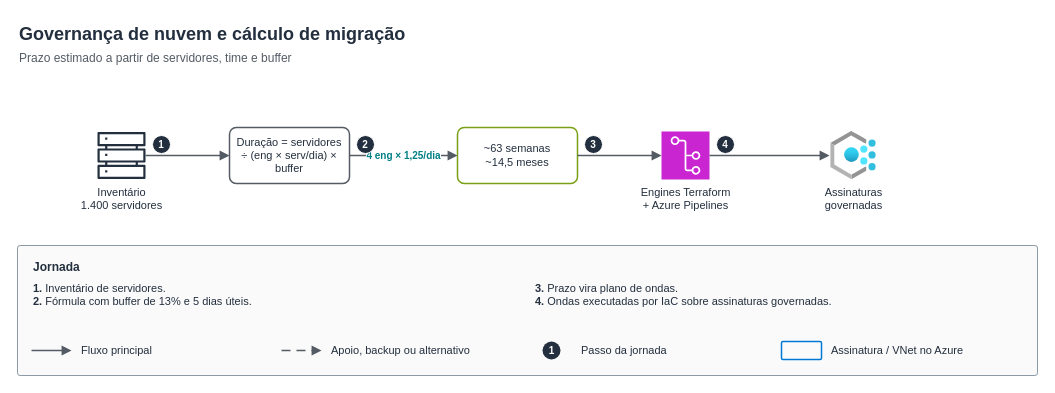
Before: page "PT · Governança de nuvem e cálculo de migração" (1 of 4) of labs/arquiteturas/seguradora/governanca-de-nuvem/desenho.drawio in Raphaelfcs/automacao_terraform, a draw.io diagram. Source tidied: cells renumbered, new cells numbered last; positions are measured from the earlier drawing's top-left corner, leaving out a move shared by most shapes. Both pictures are drawn from the tidied source at 100%, with x=0, y=0 at pixel (17, 17).
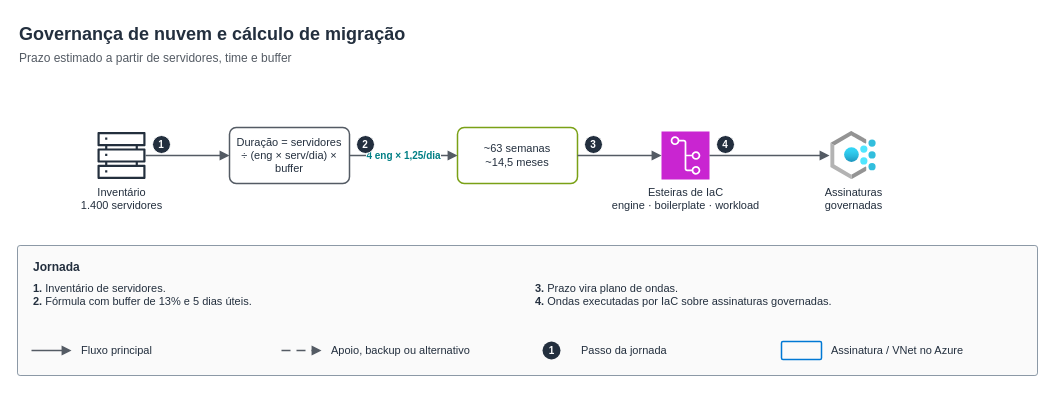
The same page after the edit.

Diff of the diagram source:
```diff
@@
-    <mxCell id="5" value="Engines Terraform&lt;br&gt;+ Azure Pipelines" style="sketch=0;outlineConnect=0;fontColor=#232F3E;dashed=0;verticalLabelPosition=bottom;verticalAlign=top;align=center;html=1;fontSize=11;fillColor=#C925D1;strokeColor=#ffffff;gradientColor=none;shape=mxgraph.aws4.resourceIcon;resIcon=mxgraph.aws4.git_repository;" parent="1" vertex="1">
+    <mxCell id="5" value="Esteiras de IaC&lt;br&gt;engine · boilerplate · workload" style="sketch=0;outlineConnect=0;fontColor=#232F3E;dashed=0;verticalLabelPosition=bottom;verticalAlign=top;align=center;html=1;fontSize=11;fillColor=#C925D1;strokeColor=#ffffff;gradientColor=none;shape=mxgraph.aws4.resourceIcon;resIcon=mxgraph.aws4.git_repository;" parent="1" vertex="1">
       <mxGeometry x="644" y="114" width="48" height="48" as="geometry" />
     </mxCell>
```
